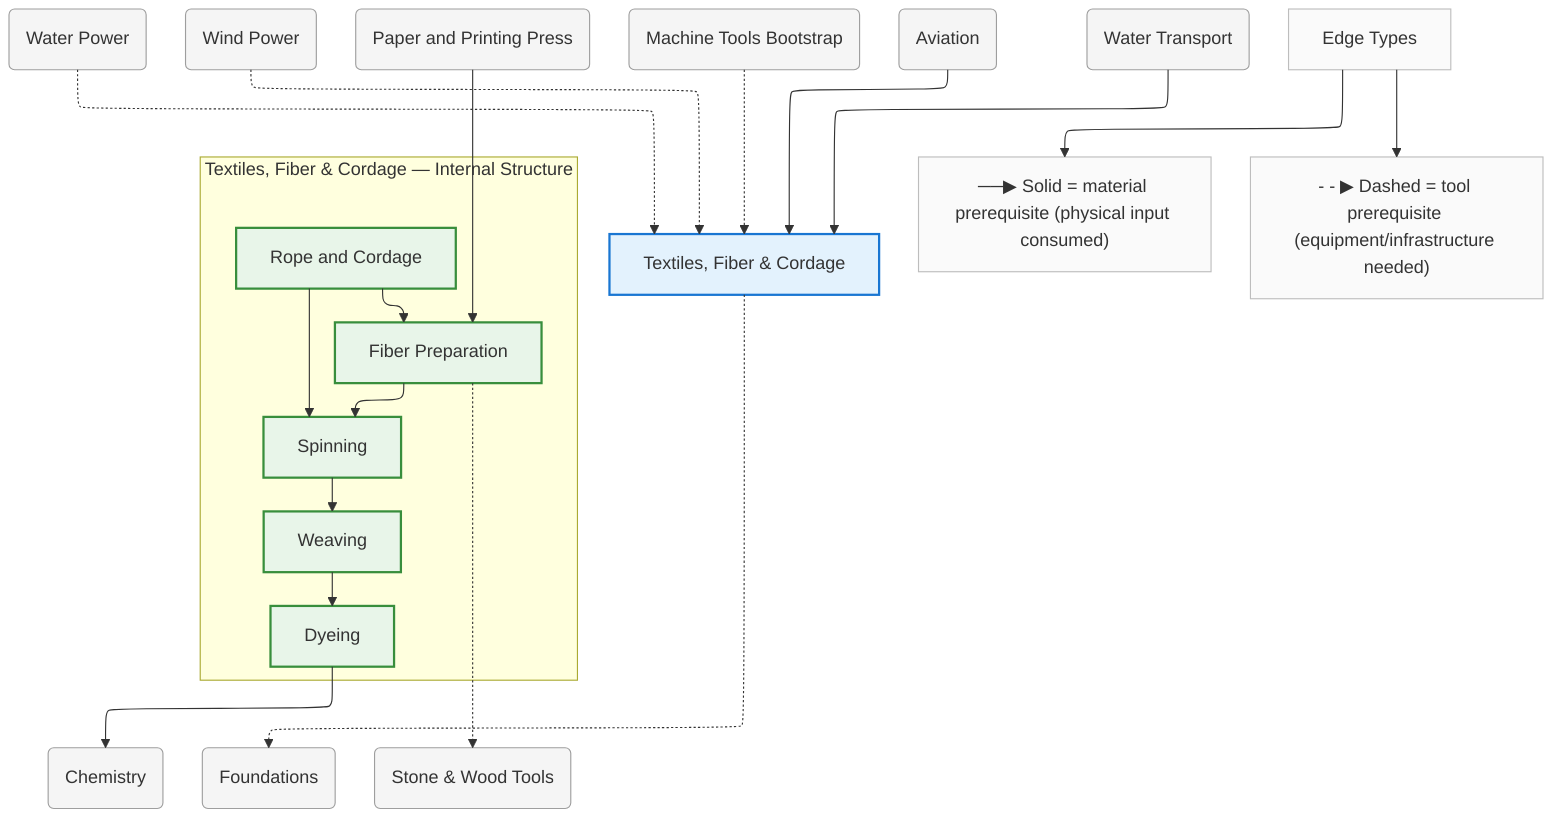
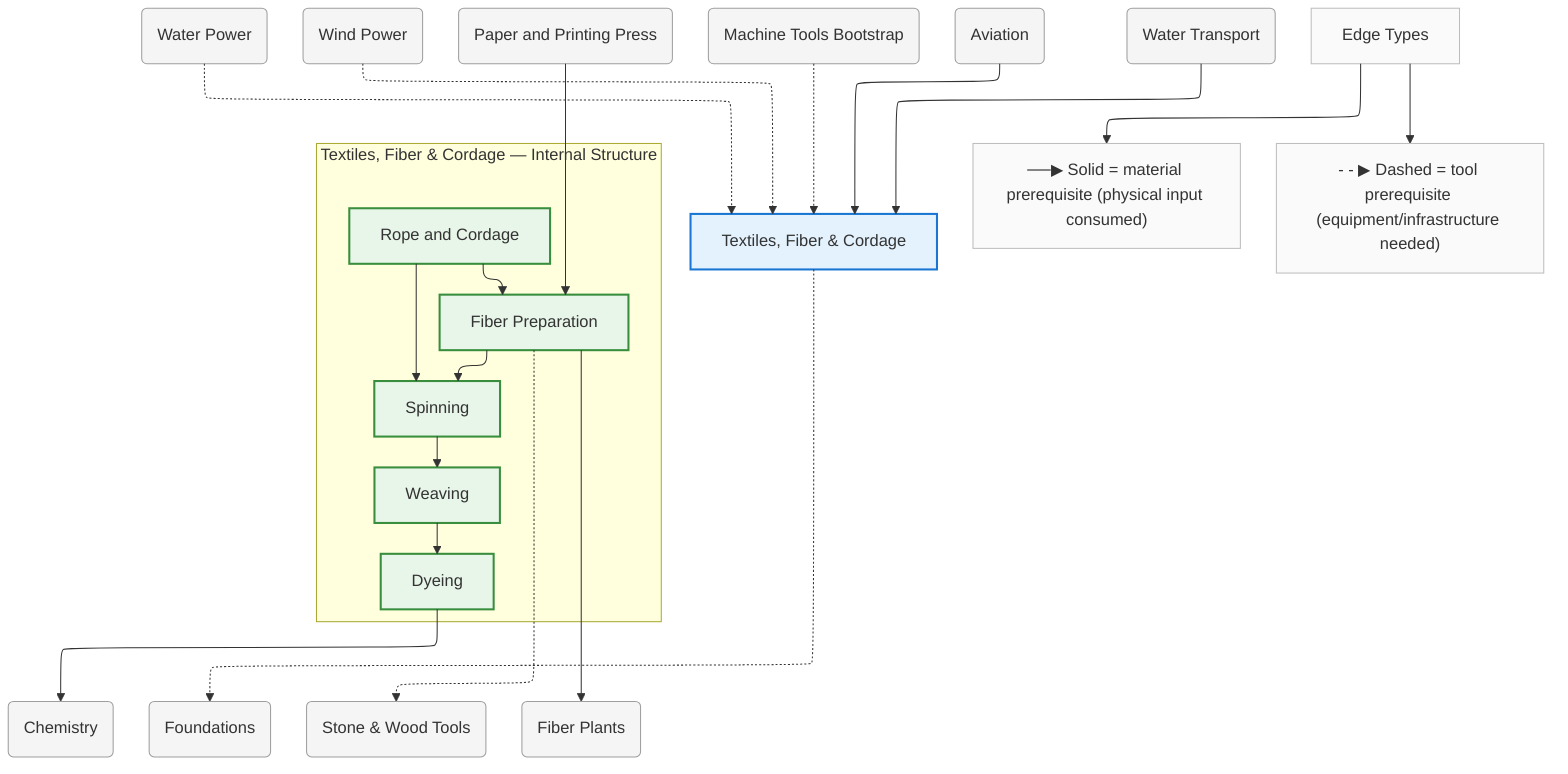
%%{init: {"flowchart": {"defaultRenderer": "elk", "htmlLabels": true}}}%%
graph TD
    %% Domain: Textiles, Fiber & Cordage

    %% ==================== INTERNAL NODES ====================
    subgraph textiles_internal ["Textiles, Fiber & Cordage — Internal Structure"]
        direction TB
        textiles_fibers["Fiber Preparation"]
        textiles_spinning["Spinning"]
        textiles_weaving["Weaving"]
        textiles_dyeing["Dyeing"]
        textiles_rope-making["Rope and Cordage"]
    end

    %% ==================== DOMAIN NODE ====================
    textiles["Textiles, Fiber & Cordage"]

    %% ==================== EXTERNAL DEPENDENCIES ====================
    chemistry("Chemistry")
    energy_gravity("Water Power")
    energy_wind("Wind Power")
    foundations("Foundations")
    foundations_tools-basic("Stone & Wood Tools")
    knowledge_printing("Paper and Printing Press")
    machine-tools("Machine Tools Bootstrap")
+     plants_fiber-plants("Fiber Plants")
    transport_aviation("Aviation")
    transport_shipping("Water Transport")

    %% ==================== EDGES ====================
    textiles_fibers --> textiles_spinning
    textiles_spinning --> textiles_weaving
    textiles_weaving --> textiles_dyeing
    textiles_rope-making --> textiles_fibers
    textiles_rope-making --> textiles_spinning
    energy_gravity -.-> textiles
    energy_wind -.-> textiles
    machine-tools -.-> textiles
    textiles -.-> foundations
    transport_aviation --> textiles
    textiles_fibers -.-> foundations_tools-basic
    textiles_dyeing --> chemistry
    transport_shipping --> textiles
    knowledge_printing --> textiles_fibers
+     textiles_fibers --> plants_fiber-plants

    %% ==================== EDGE TYPE LEGEND ====================
    EdgeLegend["Edge Types"]
    EdgeLegend --> MatNote["──▶ Solid = material prerequisite (physical input consumed)"]
    EdgeLegend --> ToolNote["- - ▶ Dashed = tool prerequisite (equipment/infrastructure needed)"]

    %% ==================== STYLING ====================
    classDef domain fill:#e3f2fd,stroke:#1976d2,stroke-width:2px
    classDef capability fill:#e8f5e9,stroke:#388e3c,stroke-width:2px
    classDef process fill:#fff3e0,stroke:#f57c00,stroke-width:2px
    classDef critical fill:#fff3e0,stroke:#f57c00,stroke-width:3px
    classDef earlyWin fill:#e8f5e9,stroke:#388e3c,stroke-width:3px
    classDef pinnacle fill:#fce4ec,stroke:#c62828,stroke-width:3px
    classDef external fill:#f5f5f5,stroke:#9e9e9e,stroke-width:1px
    classDef legend fill:#fafafa,stroke:#bdbdbd,stroke-width:1px
    class textiles domain
    class textiles_fibers capability
    class textiles_spinning capability
    class textiles_weaving capability
    class textiles_dyeing capability
    class textiles_rope-making capability
    class chemistry external
    class energy_gravity external
    class energy_wind external
    class foundations external
    class foundations_tools-basic external
    class knowledge_printing external
    class machine-tools external
+     class plants_fiber-plants external
    class transport_aviation external
    class transport_shipping external
    class EdgeLegend,MatNote,ToolNote legend
